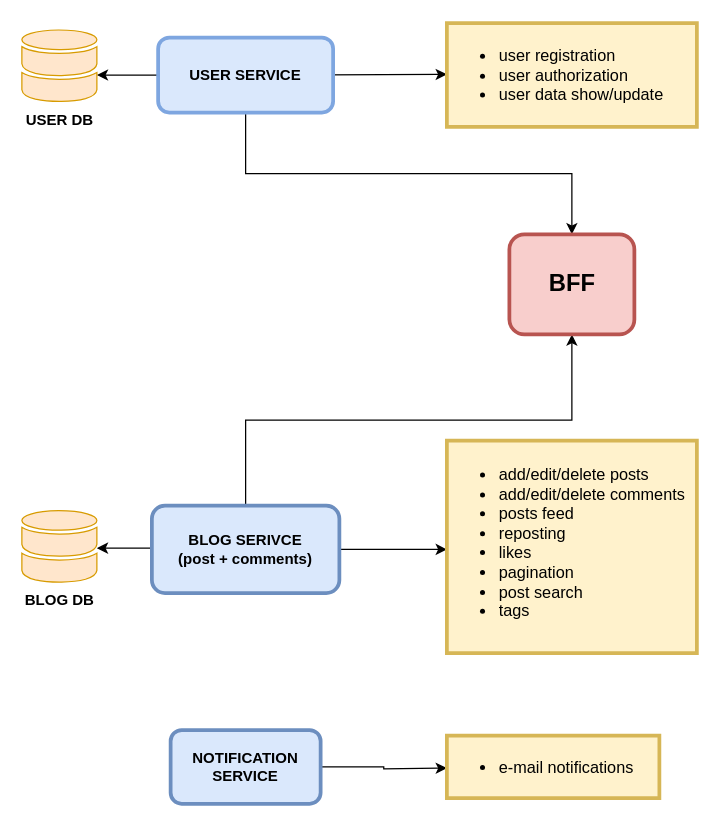
Above: specification.drawio in triple-sun/2008053-readme-2 (draw.io), before the change. Source tidied: cells renumbered, new cells numbered last; positions are measured from the earlier drawing's top-left corner, leaving out a move shared by most shapes. Both pictures are drawn from the tidied source at 125%, with x=0, y=0 at pixel (21, 22).
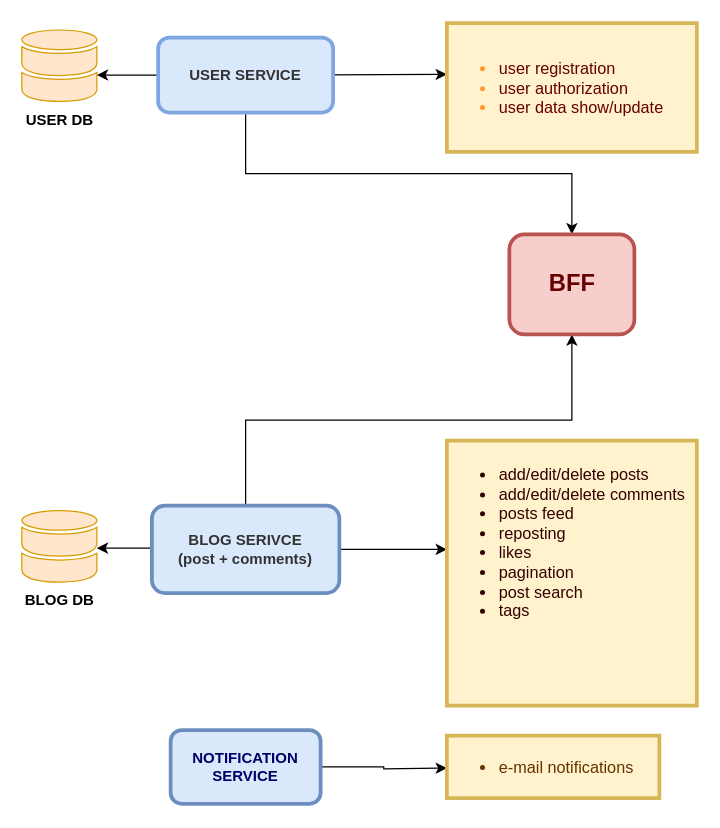
Above is the later version.

Change to the diagram source:
```diff
@@
-    <mxCell id="5" value="USER SERVICE" style="rounded=1;whiteSpace=wrap;html=1;strokeColor=#7EA6E0;fillColor=#dae8fc;sketch=0;glass=0;shadow=0;fillStyle=auto;strokeWidth=3;fontStyle=1;" parent="1" vertex="1">
+    <mxCell id="5" value="USER SERVICE" style="rounded=1;whiteSpace=wrap;html=1;strokeColor=#7EA6E0;fillColor=#dae8fc;sketch=0;glass=0;shadow=0;fillStyle=auto;strokeWidth=3;fontStyle=1;fontColor=#333333;" parent="1" vertex="1">
       <mxGeometry x="109" y="11.5" width="140" height="60" as="geometry" />
     </mxCell>
@@
-    <mxCell id="9" value="BLOG SERIVCE&lt;br&gt;(post + comments)" style="rounded=1;whiteSpace=wrap;html=1;strokeColor=#6c8ebf;fillColor=#dae8fc;strokeWidth=3;fontStyle=1;" parent="1" vertex="1">
+    <mxCell id="9" value="BLOG SERIVCE&lt;br&gt;(post + comments)" style="rounded=1;whiteSpace=wrap;html=1;strokeColor=#6c8ebf;fillColor=#dae8fc;strokeWidth=3;fontStyle=1;fontColor=#333333;" parent="1" vertex="1">
       <mxGeometry x="104" y="386" width="150" height="70" as="geometry" />
     </mxCell>
@@
-    <mxCell id="11" value="NOTIFICATION SERVICE" style="rounded=1;whiteSpace=wrap;html=1;fillColor=#dae8fc;strokeColor=#6c8ebf;strokeWidth=3;fontStyle=1;" parent="1" vertex="1">
+    <mxCell id="11" value="&lt;font color=&quot;#000066&quot;&gt;NOTIFICATION SERVICE&lt;/font&gt;" style="rounded=1;whiteSpace=wrap;html=1;fillColor=#dae8fc;strokeColor=#6c8ebf;strokeWidth=3;fontStyle=1;" parent="1" vertex="1">
       <mxGeometry x="119" y="565.5" width="120" height="59" as="geometry" />
     </mxCell>
@@
-    <mxCell id="14" value="&lt;ul&gt;&lt;li&gt;add/edit/delete posts&lt;br&gt;&lt;/li&gt;&lt;li&gt;add/edit/delete comments&lt;/li&gt;&lt;li&gt;posts feed&lt;/li&gt;&lt;li&gt;reposting&lt;/li&gt;&lt;li&gt;likes&lt;/li&gt;&lt;li&gt;pagination&lt;/li&gt;&lt;li&gt;post search&lt;/li&gt;&lt;li&gt;&lt;div&gt;tags&lt;br style=&quot;font-size: 13px;&quot;&gt;&lt;/div&gt;&lt;br&gt;&lt;/li&gt;&lt;/ul&gt;" style="text;strokeColor=#d6b656;fillColor=#fff2cc;html=1;whiteSpace=wrap;verticalAlign=top;overflow=hidden;rounded=0;shadow=0;glass=0;labelBackgroundColor=none;labelBorderColor=none;sketch=0;fillStyle=auto;strokeWidth=3;fontSize=13;align=left;" parent="1" vertex="1">
-      <mxGeometry x="340" y="334" width="200" height="170" as="geometry" />
+    <mxCell id="14" value="&lt;ul&gt;&lt;li&gt;add/edit/delete posts&lt;br&gt;&lt;/li&gt;&lt;li&gt;add/edit/delete comments&lt;/li&gt;&lt;li&gt;posts feed&lt;/li&gt;&lt;li&gt;reposting&lt;/li&gt;&lt;li&gt;likes&lt;/li&gt;&lt;li&gt;pagination&lt;/li&gt;&lt;li&gt;post search&lt;/li&gt;&lt;li&gt;&lt;div&gt;tags&lt;br style=&quot;font-size: 13px;&quot;&gt;&lt;/div&gt;&lt;br&gt;&lt;/li&gt;&lt;/ul&gt;" style="text;strokeColor=#d6b656;fillColor=#fff2cc;html=1;whiteSpace=wrap;verticalAlign=top;overflow=hidden;rounded=0;shadow=0;glass=0;labelBackgroundColor=none;labelBorderColor=none;sketch=0;fillStyle=auto;strokeWidth=3;fontSize=13;align=left;fontColor=#330000;" parent="1" vertex="1">
+      <mxGeometry x="340" y="334" width="200" height="212" as="geometry" />
     </mxCell>
-    <mxCell id="15" value="&lt;ul&gt;&lt;li&gt;user registration&lt;br&gt;&lt;/li&gt;&lt;li&gt;user authorization&lt;/li&gt;&lt;li&gt;user data show/update&lt;/li&gt;&lt;/ul&gt;" style="text;strokeColor=#d6b656;fillColor=#fff2cc;html=1;whiteSpace=wrap;verticalAlign=middle;overflow=hidden;rounded=0;shadow=0;glass=0;labelBackgroundColor=none;labelBorderColor=none;sketch=0;fillStyle=auto;strokeWidth=3;fontSize=13;" parent="1" vertex="1">
-      <mxGeometry x="340" width="200" height="83" as="geometry" />
+    <mxCell id="15" value="&lt;ul&gt;&lt;li&gt;&lt;font color=&quot;#660000&quot;&gt;user registration&lt;br&gt;&lt;/font&gt;&lt;/li&gt;&lt;li&gt;&lt;font color=&quot;#660000&quot;&gt;user authorization&lt;/font&gt;&lt;/li&gt;&lt;li&gt;&lt;font color=&quot;#660000&quot;&gt;user data show/update&lt;/font&gt;&lt;/li&gt;&lt;/ul&gt;" style="text;strokeColor=#d6b656;fillColor=#fff2cc;html=1;whiteSpace=wrap;verticalAlign=middle;overflow=hidden;rounded=0;shadow=0;glass=0;labelBackgroundColor=none;labelBorderColor=none;sketch=0;fillStyle=auto;strokeWidth=3;fontSize=13;fontColor=#FF9933;" parent="1" vertex="1">
+      <mxGeometry x="340" width="200" height="103" as="geometry" />
     </mxCell>
-    <mxCell id="16" value="&lt;ul&gt;&lt;li&gt;e-mail notifications&lt;br&gt;&lt;/li&gt;&lt;/ul&gt;" style="text;strokeColor=#d6b656;fillColor=#fff2cc;html=1;whiteSpace=wrap;verticalAlign=middle;overflow=hidden;rounded=0;shadow=0;glass=0;labelBackgroundColor=none;labelBorderColor=none;sketch=0;fillStyle=auto;strokeWidth=3;fontSize=13;" parent="1" vertex="1">
+    <mxCell id="16" value="&lt;ul&gt;&lt;li&gt;e-mail notifications&lt;br&gt;&lt;/li&gt;&lt;/ul&gt;" style="text;strokeColor=#d6b656;fillColor=#fff2cc;html=1;whiteSpace=wrap;verticalAlign=middle;overflow=hidden;rounded=0;shadow=0;glass=0;labelBackgroundColor=none;labelBorderColor=none;sketch=0;fillStyle=auto;strokeWidth=3;fontSize=13;fontColor=#663300;" parent="1" vertex="1">
       <mxGeometry x="340" y="570" width="170" height="50" as="geometry" />
     </mxCell>
-    <mxCell id="17" value="BFF" style="text;strokeColor=#b85450;fillColor=#f8cecc;html=1;fontSize=19;fontStyle=1;verticalAlign=middle;align=center;rounded=1;shadow=0;glass=0;labelBackgroundColor=none;labelBorderColor=none;sketch=0;fillStyle=auto;strokeWidth=3;" parent="1" vertex="1">
+    <mxCell id="17" value="BFF" style="text;strokeColor=#b85450;fillColor=#f8cecc;html=1;fontSize=19;fontStyle=1;verticalAlign=middle;align=center;rounded=1;shadow=0;glass=0;labelBackgroundColor=none;labelBorderColor=none;sketch=0;fillStyle=auto;strokeWidth=3;fontColor=#660000;" parent="1" vertex="1">
       <mxGeometry x="390" y="169" width="100" height="80" as="geometry" />
     </mxCell>
```
